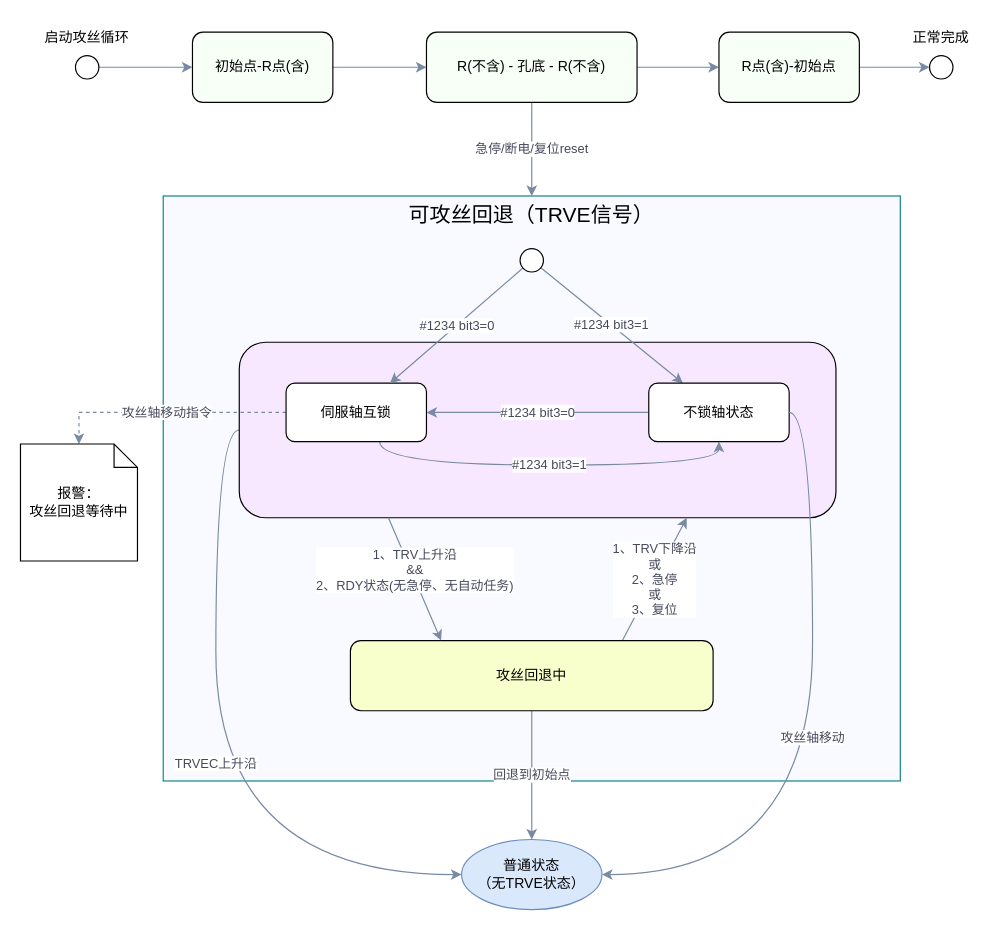
Above: 2026-09-21 攻丝回退2.drawio in hsheridan-hccfl/drawio (draw.io), before the change. Source tidied: cells renumbered, new cells numbered last; positions are measured from the earlier drawing's top-left corner, leaving out a move shared by most shapes. Both pictures are drawn from the tidied source at 117%, with x=0, y=0 at pixel (20, 20).
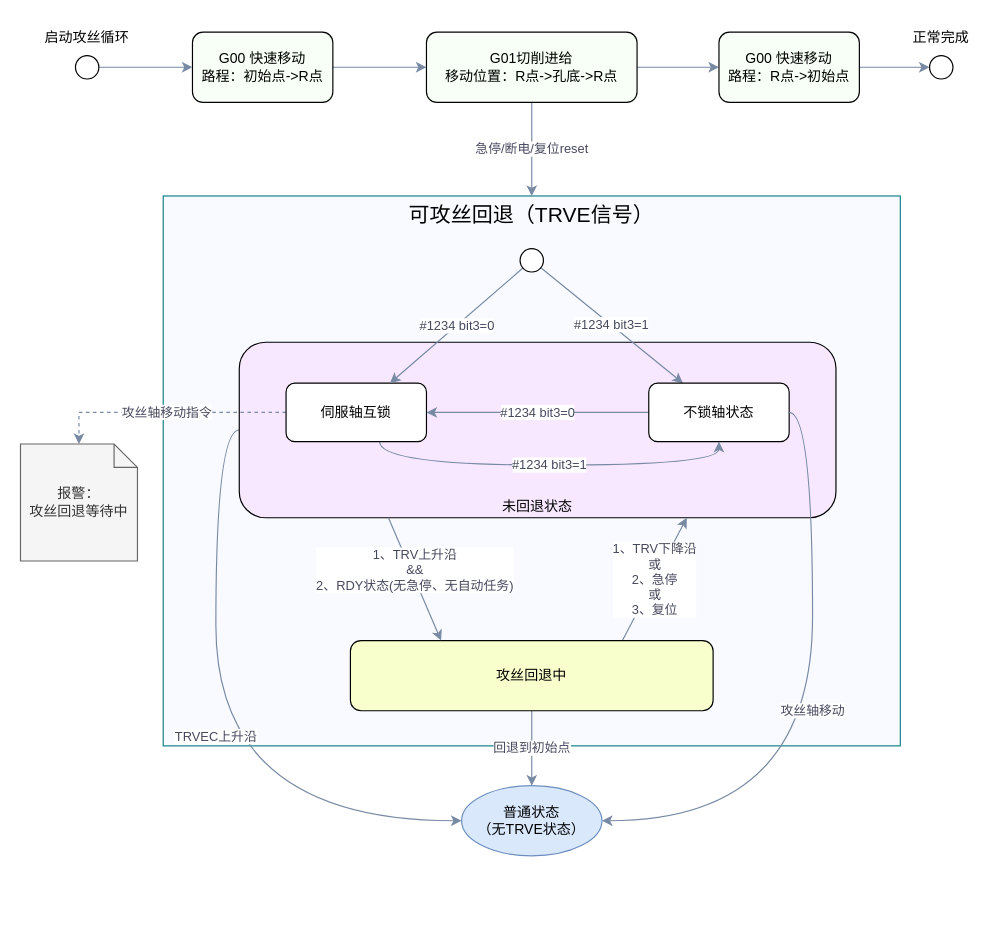
Above is the later version.

The edit, as a diff of the source:
```diff
@@
     <mxCell id="2" value="&lt;font style=&quot;font-size: 18px;&quot;&gt;&lt;span style=&quot;&quot;&gt;可攻丝回退&lt;/span&gt;&lt;span style=&quot;color: light-dark(rgb(0, 0, 0), rgb(255, 255, 255)); background-color: transparent;&quot;&gt;（TRVE信号）&lt;/span&gt;&lt;/font&gt;" style="rounded=0;whiteSpace=wrap;html=1;align=center;verticalAlign=top;fillColor=#F9FAFF;strokeColor=#0e8088;" parent="1" vertex="1">
-      <mxGeometry x="122" y="150" width="630" height="500" as="geometry" />
+      <mxGeometry x="122" y="150" width="630" height="470" as="geometry" />
     </mxCell>
@@
-    <mxCell id="4" style="rounded=1;whiteSpace=wrap;html=1;fillColor=#F7E8FF;" parent="1" vertex="1">
+    <mxCell id="4" value="未回退状态" style="rounded=1;whiteSpace=wrap;html=1;fillColor=#F7E8FF;align=center;verticalAlign=bottom;" parent="1" vertex="1">
       <mxGeometry x="187" y="275" width="510" height="150" as="geometry" />
     </mxCell>
@@
-    <mxCell id="19" value="初始点-R点(含)" style="rounded=1;whiteSpace=wrap;html=1;fillColor=#F7FFF7;" parent="1" vertex="1">
+    <mxCell id="19" value="G00 快速移动&lt;div&gt;路程：初始点-&amp;gt;R点&lt;/div&gt;" style="rounded=1;whiteSpace=wrap;html=1;fillColor=#F7FFF7;" parent="1" vertex="1">
       <mxGeometry x="147" y="10" width="120" height="60" as="geometry" />
     </mxCell>
@@
-    <mxCell id="22" value="R(不含) - 孔底 - R(不含)" style="rounded=1;whiteSpace=wrap;html=1;fillColor=#F7FFF7;" parent="1" vertex="1">
+    <mxCell id="22" value="&lt;div&gt;G01切削进给&lt;/div&gt;移动位置：R点-&amp;gt;孔底-&amp;gt;R点" style="rounded=1;whiteSpace=wrap;html=1;fillColor=#F7FFF7;" parent="1" vertex="1">
       <mxGeometry x="347" y="10" width="180" height="60" as="geometry" />
     </mxCell>
@@
-    <mxCell id="24" value="R点(含)-初始点" style="rounded=1;whiteSpace=wrap;html=1;fillColor=#F7FFF7;" parent="1" vertex="1">
+    <mxCell id="24" value="G00 快速移动&lt;div&gt;路程：&lt;span style=&quot;background-color: transparent; color: light-dark(rgb(0, 0, 0), rgb(255, 255, 255));&quot;&gt;R点-&amp;gt;&lt;/span&gt;&lt;span style=&quot;background-color: transparent; color: light-dark(rgb(0, 0, 0), rgb(255, 255, 255));&quot;&gt;初始点&lt;/span&gt;&lt;/div&gt;" style="rounded=1;whiteSpace=wrap;html=1;fillColor=#F7FFF7;" parent="1" vertex="1">
       <mxGeometry x="597" y="10" width="120" height="60" as="geometry" />
     </mxCell>
@@
     <mxCell id="30" value="普通状态&lt;div&gt;（无TRVE状态）&lt;/div&gt;" style="ellipse;whiteSpace=wrap;html=1;shapeInside=1;fillColor=#dae8fc;strokeColor=#6c8ebf;" parent="1" vertex="1">
-      <mxGeometry x="377" y="700" width="120" height="60" as="geometry" />
+      <mxGeometry x="377" y="654" width="120" height="60" as="geometry" />
     </mxCell>
-    <mxCell id="31" value="报警：&lt;div&gt;攻丝回退等待中&lt;/div&gt;" style="shape=note;size=20;whiteSpace=wrap;html=1;" parent="1" vertex="1">
+    <mxCell id="31" value="报警：&lt;div&gt;攻丝回退等待中&lt;/div&gt;" style="shape=note;size=20;whiteSpace=wrap;html=1;fillColor=#f5f5f5;strokeColor=#666666;fontColor=#333333;" parent="1" vertex="1">
       <mxGeometry y="362" width="100" height="100" as="geometry" />
     </mxCell>
```
